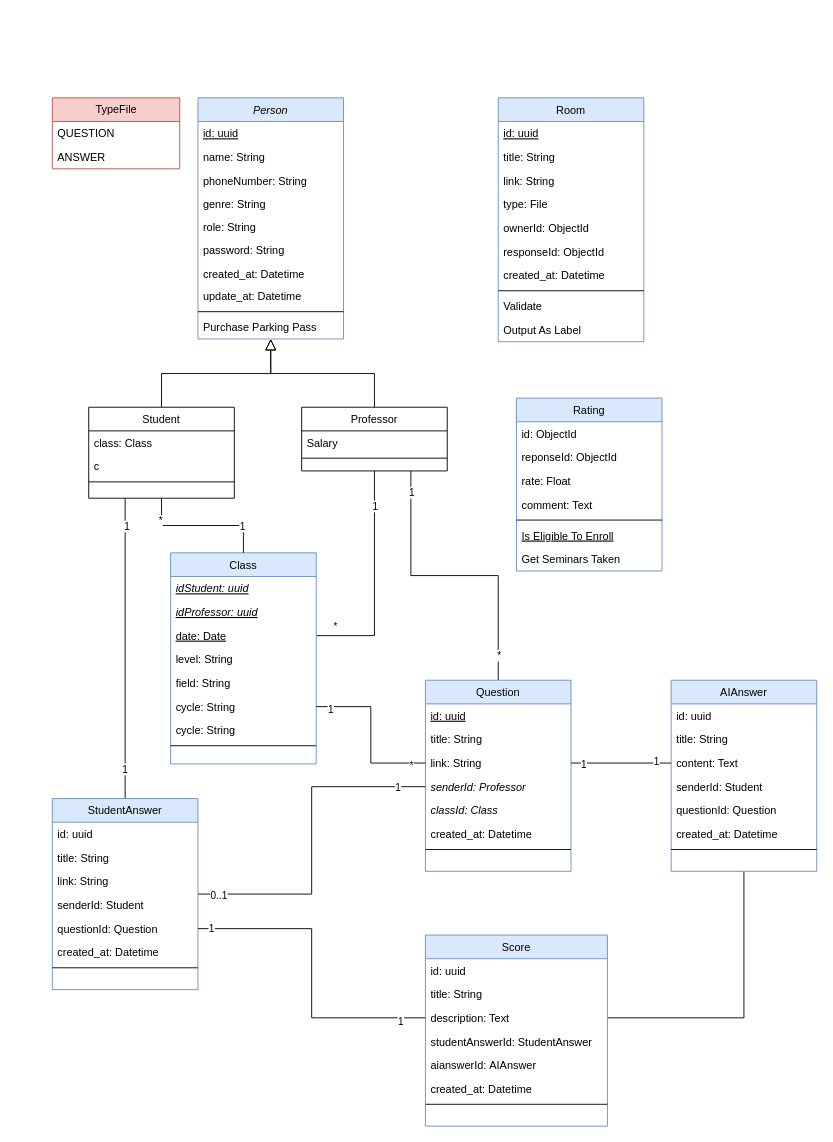
Earlier version of the draw.io diagram plateforme_de_correction(MI).drawio (SSDM2/ESP_DBEval). Source tidied: cells renumbered, new cells numbered last; positions are measured from the earlier drawing's top-left corner, leaving out a move shared by most shapes. Both pictures are drawn from the tidied source at 91%, with x=0, y=0 at pixel (52, 97).
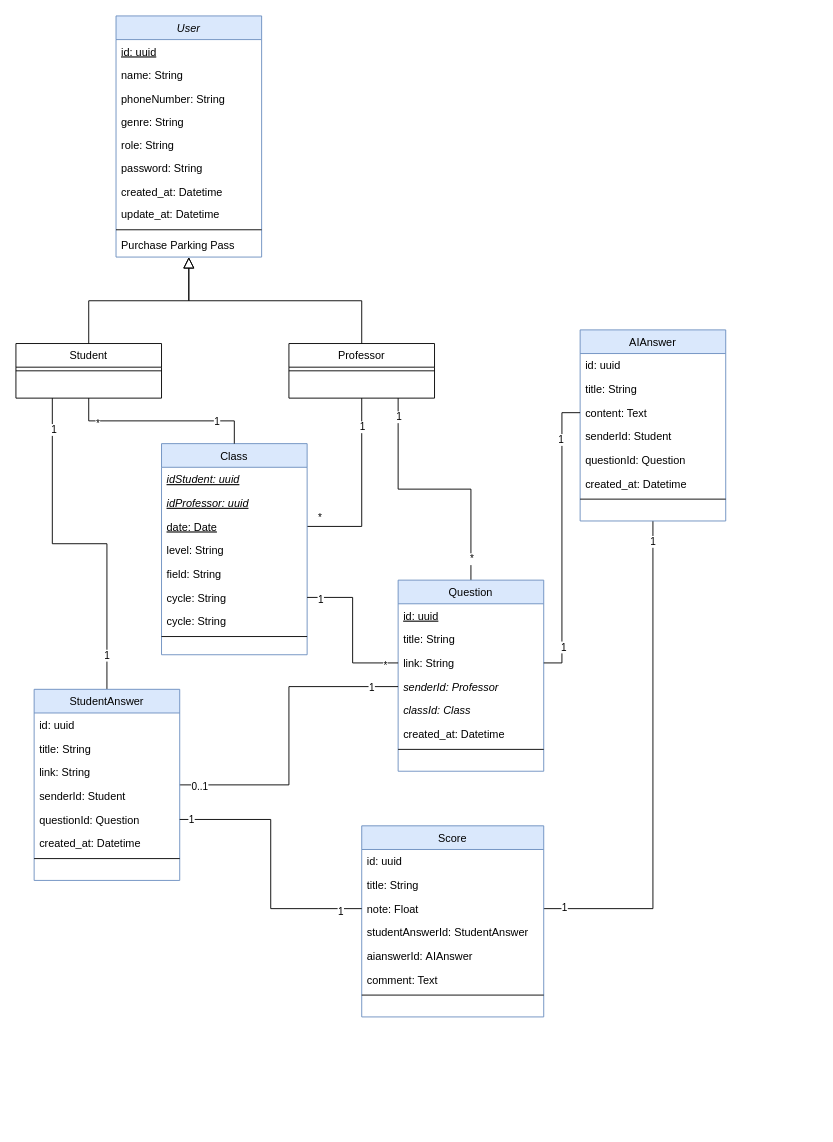
Above is the later version.

Commit message:
Mettre à jour plateforme_de_correction(MI).drawio

The change refers to these unchanged cells:
```xml
<mxCell id="87" style="edgeStyle=orthogonalEdgeStyle;rounded=0;jettySize=auto;html=1;exitX=0.5;exitY=1;exitDx=0;exitDy=0;entryX=1;entryY=0.5;entryDx=0;entryDy=0;endArrow=none;startFill=0;" parent="1" edge="1" source="88" target="102">
  <mxGeometry relative="1" as="geometry" />
</mxCell>
```

What changed in the source:
```diff
@@
-    <mxCell id="2" value="Person" style="swimlane;fontStyle=2;align=center;verticalAlign=top;horizontal=1;startSize=26;rounded=0;shadow=0;strokeWidth=1;fillColor=#dae8fc;strokeColor=#6c8ebf;" parent="1" vertex="1">
-      <mxGeometry x="160" width="160" height="265" as="geometry" />
+    <mxCell id="2" value="User" style="swimlane;fontStyle=2;align=center;verticalAlign=top;horizontal=1;startSize=26;rounded=0;shadow=0;strokeWidth=1;fillColor=#dae8fc;strokeColor=#6c8ebf;" parent="1" vertex="1">
+      <mxGeometry x="70" y="-90" width="160" height="265" as="geometry" />
     </mxCell>
@@
     <mxCell id="16" value="Student" style="swimlane;fontStyle=0;align=center;verticalAlign=top;horizontal=1;startSize=26;rounded=0;shadow=0;strokeWidth=1;" parent="1" vertex="1">
-      <mxGeometry x="40" y="340" width="160" height="100" as="geometry" />
+      <mxGeometry x="-40" y="270" width="160" height="60" as="geometry" />
     </mxCell>
-    <mxCell id="17" value="class: Class" style="text;align=left;verticalAlign=top;spacingLeft=4;spacingRight=4;overflow=hidden;" parent="16" vertex="1">
-      <mxGeometry y="26" width="160" height="26" as="geometry" />
-    </mxCell>
-    <mxCell id="18" value="c" style="text;align=left;verticalAlign=top;spacingLeft=4;spacingRight=4;overflow=hidden;rounded=0;shadow=0;html=0;" parent="16" vertex="1">
-      <mxGeometry y="52" width="160" height="26" as="geometry" />
-    </mxCell>
     <mxCell id="19" style="line;html=1;strokeWidth=1;align=left;verticalAlign=middle;spacingTop=-1;spacingLeft=3;spacingRight=3;labelPosition=right;" parent="16" vertex="1">
-      <mxGeometry y="78" width="160" height="8" as="geometry" />
+      <mxGeometry y="26" width="160" height="8" as="geometry" />
     </mxCell>
@@
     <mxCell id="27" value="Professor" style="swimlane;fontStyle=0;align=center;verticalAlign=top;horizontal=1;startSize=26;rounded=0;shadow=0;strokeWidth=1;" parent="1" vertex="1">
-      <mxGeometry x="274" y="340" width="160" height="70" as="geometry" />
+      <mxGeometry x="260" y="270" width="160" height="60" as="geometry" />
     </mxCell>
-    <mxCell id="28" value="Salary" style="text;align=left;verticalAlign=top;spacingLeft=4;spacingRight=4;overflow=hidden;" parent="27" vertex="1">
-      <mxGeometry y="26" width="160" height="26" as="geometry" />
-    </mxCell>
     <mxCell id="29" style="line;html=1;strokeWidth=1;align=left;verticalAlign=middle;spacingTop=-1;spacingLeft=3;spacingRight=3;labelPosition=right;" parent="27" vertex="1">
-      <mxGeometry y="52" width="160" height="8" as="geometry" />
+      <mxGeometry y="26" width="160" height="8" as="geometry" />
     </mxCell>
@@
-    <mxCell id="31" value="Room" style="swimlane;fontStyle=0;align=center;verticalAlign=top;horizontal=1;startSize=26;rounded=0;shadow=0;strokeWidth=1;fillColor=#dae8fc;strokeColor=#6c8ebf;" parent="1" vertex="1">
-      <mxGeometry x="490" width="160" height="268" as="geometry" />
-    </mxCell>
-    <mxCell id="32" value="id: uuid" style="text;align=left;verticalAlign=top;spacingLeft=4;spacingRight=4;overflow=hidden;fontStyle=4;" parent="31" vertex="1">
-      <mxGeometry y="26" width="160" height="26" as="geometry" />
-    </mxCell>
-    <mxCell id="33" value="title: String" style="text;align=left;verticalAlign=top;spacingLeft=4;spacingRight=4;overflow=hidden;rounded=0;shadow=0;html=0;" parent="31" vertex="1">
-      <mxGeometry y="52" width="160" height="26" as="geometry" />
-    </mxCell>
-    <mxCell id="34" value="link: String" style="text;align=left;verticalAlign=top;spacingLeft=4;spacingRight=4;overflow=hidden;rounded=0;shadow=0;html=0;" parent="31" vertex="1">
-      <mxGeometry y="78" width="160" height="26" as="geometry" />
-    </mxCell>
-    <mxCell id="35" value="type: File" style="text;align=left;verticalAlign=top;spacingLeft=4;spacingRight=4;overflow=hidden;rounded=0;shadow=0;html=0;" parent="31" vertex="1">
-      <mxGeometry y="104" width="160" height="26" as="geometry" />
-    </mxCell>
-    <mxCell id="36" value="ownerId: ObjectId" style="text;align=left;verticalAlign=top;spacingLeft=4;spacingRight=4;overflow=hidden;rounded=0;shadow=0;html=0;" parent="31" vertex="1">
-      <mxGeometry y="130" width="160" height="26" as="geometry" />
-    </mxCell>
-    <mxCell id="37" value="responseId: ObjectId" style="text;align=left;verticalAlign=top;spacingLeft=4;spacingRight=4;overflow=hidden;rounded=0;shadow=0;html=0;" parent="31" vertex="1">
-      <mxGeometry y="156" width="160" height="26" as="geometry" />
-    </mxCell>
-    <mxCell id="38" value="created_at: Datetime" style="text;align=left;verticalAlign=top;spacingLeft=4;spacingRight=4;overflow=hidden;rounded=0;shadow=0;html=0;" parent="31" vertex="1">
-      <mxGeometry y="182" width="160" height="26" as="geometry" />
-    </mxCell>
-    <mxCell id="39" style="line;html=1;strokeWidth=1;align=left;verticalAlign=middle;spacingTop=-1;spacingLeft=3;spacingRight=3;labelPosition=right;" parent="31" vertex="1">
-      <mxGeometry y="208" width="160" height="8" as="geometry" />
-    </mxCell>
-    <mxCell id="40" value="Validate" style="text;align=left;verticalAlign=top;spacingLeft=4;spacingRight=4;overflow=hidden;" parent="31" vertex="1">
-      <mxGeometry y="216" width="160" height="26" as="geometry" />
-    </mxCell>
-    <mxCell id="41" value="Output As Label" style="text;align=left;verticalAlign=top;spacingLeft=4;spacingRight=4;overflow=hidden;" parent="31" vertex="1">
-      <mxGeometry y="242" width="160" height="26" as="geometry" />
-    </mxCell>
-    <mxCell id="42" value="TypeFile" style="swimlane;fontStyle=0;horizontal=1;startSize=26;fillColor=#f8cecc;html=1;strokeColor=#b85450;" parent="1" vertex="1">
-      <mxGeometry width="140" height="78" as="geometry" />
-    </mxCell>
-    <mxCell id="43" value="QUESTION" style="text;strokeColor=none;fillColor=none;align=left;verticalAlign=top;spacingLeft=4;spacingRight=4;overflow=hidden;whiteSpace=wrap;html=1;" parent="42" vertex="1">
-      <mxGeometry y="26" width="140" height="26" as="geometry" />
-    </mxCell>
-    <mxCell id="44" value="ANSWER" style="text;strokeColor=none;fillColor=none;align=left;verticalAlign=top;spacingLeft=4;spacingRight=4;overflow=hidden;whiteSpace=wrap;html=1;" parent="42" vertex="1">
-      <mxGeometry y="52" width="140" height="26" as="geometry" />
-    </mxCell>
-    <mxCell id="45" value="Rating" style="swimlane;fontStyle=0;align=center;verticalAlign=top;horizontal=1;startSize=26;rounded=0;shadow=0;strokeWidth=1;fillColor=#dae8fc;strokeColor=#6c8ebf;" parent="1" vertex="1">
-      <mxGeometry x="510" y="330" width="160" height="190" as="geometry" />
-    </mxCell>
-    <mxCell id="46" value="id: ObjectId" style="text;align=left;verticalAlign=top;spacingLeft=4;spacingRight=4;overflow=hidden;" parent="45" vertex="1">
-      <mxGeometry y="26" width="160" height="26" as="geometry" />
-    </mxCell>
-    <mxCell id="47" value="reponseId: ObjectId" style="text;align=left;verticalAlign=top;spacingLeft=4;spacingRight=4;overflow=hidden;rounded=0;shadow=0;html=0;" parent="45" vertex="1">
-      <mxGeometry y="52" width="160" height="26" as="geometry" />
-    </mxCell>
-    <mxCell id="48" value="rate: Float" style="text;align=left;verticalAlign=top;spacingLeft=4;spacingRight=4;overflow=hidden;" parent="45" vertex="1">
-      <mxGeometry y="78" width="160" height="26" as="geometry" />
-    </mxCell>
-    <mxCell id="49" value="comment: Text" style="text;align=left;verticalAlign=top;spacingLeft=4;spacingRight=4;overflow=hidden;rounded=0;shadow=0;html=0;" parent="45" vertex="1">
-      <mxGeometry y="104" width="160" height="26" as="geometry" />
-    </mxCell>
-    <mxCell id="50" style="line;html=1;strokeWidth=1;align=left;verticalAlign=middle;spacingTop=-1;spacingLeft=3;spacingRight=3;labelPosition=right;" parent="45" vertex="1">
-      <mxGeometry y="130" width="160" height="8" as="geometry" />
-    </mxCell>
-    <mxCell id="51" value="Is Eligible To Enroll" style="text;align=left;verticalAlign=top;spacingLeft=4;spacingRight=4;overflow=hidden;fontStyle=4;" parent="45" vertex="1">
-      <mxGeometry y="138" width="160" height="26" as="geometry" />
-    </mxCell>
-    <mxCell id="52" value="Get Seminars Taken" style="text;align=left;verticalAlign=top;spacingLeft=4;spacingRight=4;overflow=hidden;" parent="45" vertex="1">
-      <mxGeometry y="164" width="160" height="26" as="geometry" />
-    </mxCell>
     <mxCell id="53" value="Class" style="swimlane;fontStyle=0;align=center;verticalAlign=top;horizontal=1;startSize=26;rounded=0;shadow=0;strokeWidth=1;fillColor=#dae8fc;strokeColor=#6c8ebf;" parent="1" vertex="1">
-      <mxGeometry x="130" y="500" width="160" height="232" as="geometry" />
+      <mxGeometry x="120" y="380" width="160" height="232" as="geometry" />
     </mxCell>
@@
     <mxCell id="62" value="Question" style="swimlane;fontStyle=0;align=center;verticalAlign=top;horizontal=1;startSize=26;rounded=0;shadow=0;strokeWidth=1;fillColor=#dae8fc;strokeColor=#6c8ebf;" parent="1" vertex="1">
-      <mxGeometry x="410" y="640" width="160" height="210" as="geometry" />
+      <mxGeometry x="380" y="530" width="160" height="210" as="geometry" />
     </mxCell>
@@
     <mxCell id="76" value="StudentAnswer" style="swimlane;fontStyle=0;align=center;verticalAlign=top;horizontal=1;startSize=26;rounded=0;shadow=0;strokeWidth=1;fillColor=#dae8fc;strokeColor=#6c8ebf;" parent="1" vertex="1">
-      <mxGeometry y="770" width="160" height="210" as="geometry" />
+      <mxGeometry x="-20" y="650" width="160" height="210" as="geometry" />
     </mxCell>
@@
+    <mxCell id="110" value="1" style="edgeLabel;html=1;align=center;verticalAlign=middle;" parent="87" vertex="1">
+      <mxGeometry x="0.92" y="-2" relative="1" as="geometry" />
+    </mxCell>
+    <mxCell id="111" value="1" style="edgeLabel;html=1;align=center;verticalAlign=middle;" parent="87" vertex="1">
+      <mxGeometry x="-0.92" y="-1" relative="1" as="geometry" />
+    </mxCell>
     <mxCell id="88" value="AIAnswer" style="swimlane;fontStyle=0;align=center;verticalAlign=top;horizontal=1;startSize=26;rounded=0;shadow=0;strokeWidth=1;fillColor=#dae8fc;strokeColor=#6c8ebf;" parent="1" vertex="1">
-      <mxGeometry x="680" y="640" width="160" height="210" as="geometry" />
+      <mxGeometry x="580" y="255" width="160" height="210" as="geometry" />
     </mxCell>
@@
     <mxCell id="99" value="Score" style="swimlane;fontStyle=0;align=center;verticalAlign=top;horizontal=1;startSize=26;rounded=0;shadow=0;strokeWidth=1;fillColor=#dae8fc;strokeColor=#6c8ebf;" parent="1" vertex="1">
-      <mxGeometry x="410" y="920" width="200" height="210" as="geometry" />
+      <mxGeometry x="340" y="800" width="200" height="210" as="geometry" />
     </mxCell>
@@
-    <mxCell id="102" value="description: Text" style="text;align=left;verticalAlign=top;spacingLeft=4;spacingRight=4;overflow=hidden;points=[[0,0.5],[1,0.5]];portConstraint=eastwest;rounded=0;shadow=0;html=0;" parent="99" vertex="1">
+    <mxCell id="102" value="note: Float" style="text;align=left;verticalAlign=top;spacingLeft=4;spacingRight=4;overflow=hidden;points=[[0,0.5],[1,0.5]];portConstraint=eastwest;rounded=0;shadow=0;html=0;" parent="99" vertex="1">
       <mxGeometry y="78" width="200" height="26" as="geometry" />
     </mxCell>
@@
-    <mxCell id="105" value="created_at: Datetime" style="text;align=left;verticalAlign=top;spacingLeft=4;spacingRight=4;overflow=hidden;rounded=0;shadow=0;html=0;" parent="99" vertex="1">
+    <mxCell id="105" value="comment: Text" style="text;align=left;verticalAlign=top;spacingLeft=4;spacingRight=4;overflow=hidden;rounded=0;shadow=0;html=0;" parent="99" vertex="1">
       <mxGeometry y="156" width="200" height="26" as="geometry" />
     </mxCell>
```
